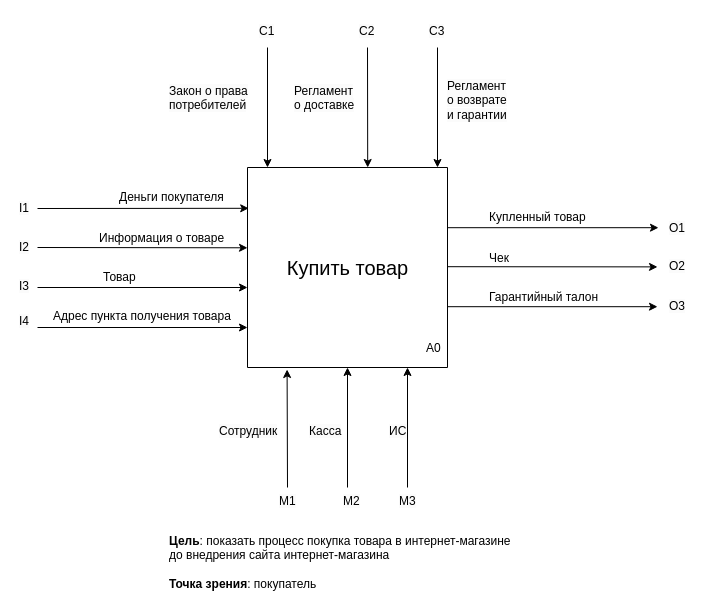
The draw.io diagram IDEF0(AS-IS).drawio in melikhovaeva/business-processes, before the edit. Source tidied: cells renumbered, new cells numbered last; positions are measured from the earlier drawing's top-left corner, leaving out a move shared by most shapes. Both pictures are drawn from the tidied source at 100%, with x=0, y=0 at pixel (17, 17).
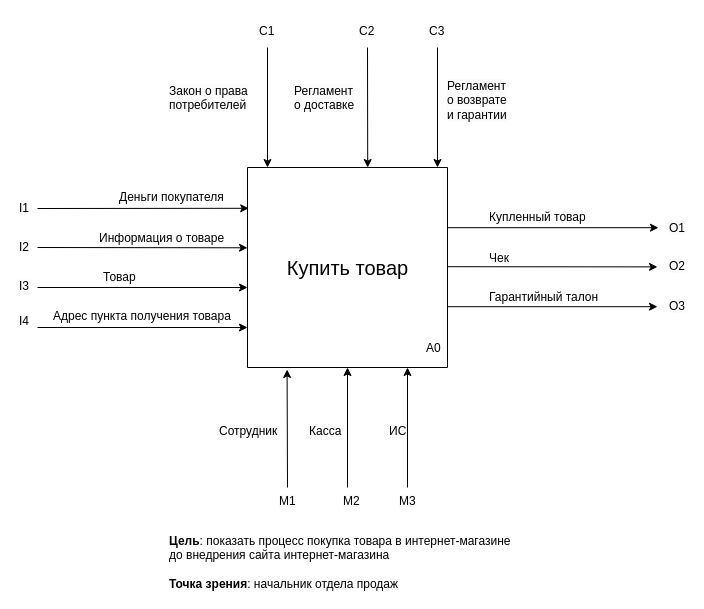
The same page after the edit.

What changed in the source:
```diff
@@
-    <mxCell id="44" value="&lt;div style=&quot;&quot;&gt;&lt;b&gt;Цель&lt;/b&gt;: показать процесс покупка товара в интернет-магазине до внедрения сайта интернет-магазина&lt;/div&gt;&lt;div style=&quot;&quot;&gt;&lt;br&gt;&lt;/div&gt;&lt;div style=&quot;&quot;&gt;&lt;b&gt;Точка зрения&lt;/b&gt;: покупатель&lt;/div&gt;" style="text;whiteSpace=wrap;html=1;align=left;" parent="1" vertex="1">
+    <mxCell id="44" value="&lt;div style=&quot;&quot;&gt;&lt;b&gt;Цель&lt;/b&gt;: показать процесс покупка товара в интернет-магазине до внедрения сайта интернет-магазина&lt;/div&gt;&lt;div style=&quot;&quot;&gt;&lt;br&gt;&lt;/div&gt;&lt;div style=&quot;&quot;&gt;&lt;b&gt;Точка зрения&lt;/b&gt;: начальник отдела продаж&lt;/div&gt;" style="text;whiteSpace=wrap;html=1;align=left;" parent="1" vertex="1">
       <mxGeometry x="150" y="510" width="360" height="40" as="geometry" />
     </mxCell>
```
